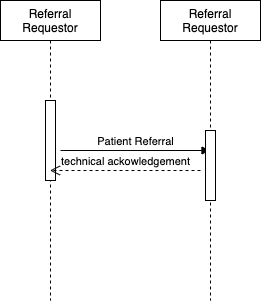
project-wildfyre/careconnect-messaging-r4 keeps this draw.io diagram as input/images/framework/Patient Referral Sequence Diagram.png. Above is the earlier version. Source tidied: cells renumbered, new cells last; positions are measured from the earlier drawing's top-left corner, leaving out a move shared by most shapes. The source it was exported from:
```xml
<mxGraphModel>
  <root>
    <mxCell id="0" />
    <mxCell id="1" parent="0" />
    <mxCell id="2" value="Referral Requestor" style="shape=umlLifeline;perimeter=lifelinePerimeter;whiteSpace=wrap;html=1;outlineConnect=0;" parent="1" vertex="1">
      <mxGeometry width="100" height="300" as="geometry" />
    </mxCell>
    <mxCell id="3" style="html=1;perimeter=orthogonalPerimeter;" parent="2" vertex="1">
      <mxGeometry x="45" y="100" width="10" height="80" as="geometry" />
    </mxCell>
    <mxCell id="4" value="Patient Referral" style="html=1;verticalAlign=bottom;endArrow=block;" parent="2" edge="1" target="5">
      <mxGeometry relative="1" as="geometry">
        <mxPoint x="60" y="150" as="sourcePoint" />
      </mxGeometry>
    </mxCell>
    <mxCell id="5" value="Referral Requestor" style="shape=umlLifeline;perimeter=lifelinePerimeter;whiteSpace=wrap;html=1;outlineConnect=0;" parent="1" vertex="1">
      <mxGeometry x="160" width="100" height="300" as="geometry" />
    </mxCell>
    <mxCell id="6" style="html=1;perimeter=orthogonalPerimeter;" parent="5" vertex="1">
      <mxGeometry x="45" y="130" width="10" height="70" as="geometry" />
    </mxCell>
    <mxCell id="7" value="technical ackowledgement" style="html=1;verticalAlign=bottom;endArrow=open;dashed=1;endSize=8;" parent="1" edge="1" target="2">
      <mxGeometry relative="1" as="geometry">
        <mxPoint x="200" y="170" as="sourcePoint" />
      </mxGeometry>
    </mxCell>
  </root>
</mxGraphModel>
```
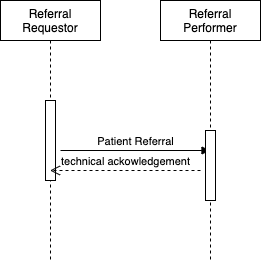
After the change.

Change to the diagram source:
```diff
@@ -3,7 +3,7 @@
     <mxCell id="0" />
     <mxCell id="1" parent="0" />
     <mxCell id="2" value="Referral Requestor" style="shape=umlLifeline;perimeter=lifelinePerimeter;whiteSpace=wrap;html=1;outlineConnect=0;" parent="1" vertex="1">
-      <mxGeometry width="100" height="300" as="geometry" />
+      <mxGeometry width="100" height="260" as="geometry" />
     </mxCell>
     <mxCell id="3" style="html=1;perimeter=orthogonalPerimeter;" parent="2" vertex="1">
       <mxGeometry x="45" y="100" width="10" height="80" as="geometry" />
@@ -13,8 +13,8 @@
         <mxPoint x="60" y="150" as="sourcePoint" />
       </mxGeometry>
     </mxCell>
-    <mxCell id="5" value="Referral Requestor" style="shape=umlLifeline;perimeter=lifelinePerimeter;whiteSpace=wrap;html=1;outlineConnect=0;" parent="1" vertex="1">
-      <mxGeometry x="160" width="100" height="300" as="geometry" />
+    <mxCell id="5" value="Referral Performer" style="shape=umlLifeline;perimeter=lifelinePerimeter;whiteSpace=wrap;html=1;outlineConnect=0;" parent="1" vertex="1">
+      <mxGeometry x="160" width="100" height="260" as="geometry" />
     </mxCell>
     <mxCell id="6" style="html=1;perimeter=orthogonalPerimeter;" parent="5" vertex="1">
       <mxGeometry x="45" y="130" width="10" height="70" as="geometry" />
```
